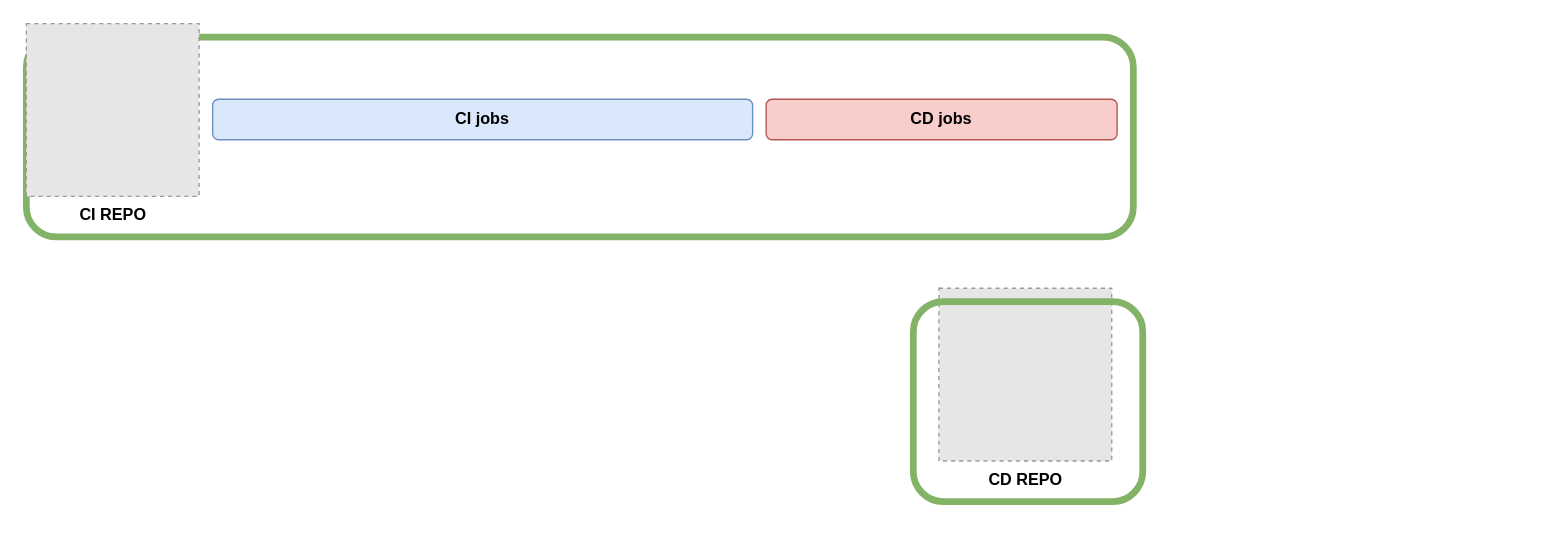
Earlier version of the draw.io diagram Biểu đồ không có tiêu đề.drawio (quanhk711/dev-test-). Source tidied: cells renumbered, new cells numbered last; positions are measured from the earlier drawing's top-left corner, leaving out a move shared by most shapes. Both pictures are drawn from the tidied source at 135%, with x=0, y=0 at pixel (26, 23). Pictures stored in the file or linked from it are replaced by grey dashed boxes.
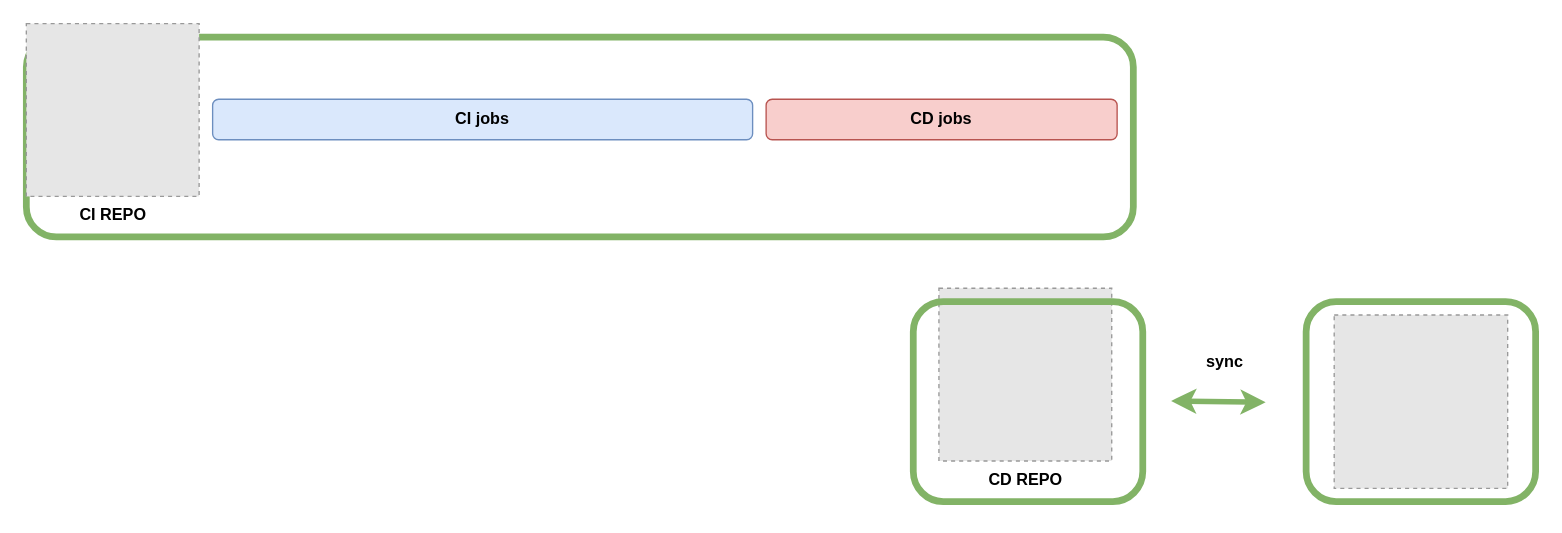
After the change.

Commit message (it also covers changes not shown here):
Cập nhật Biểu đồ không có tiêu đề.drawio

Diff of the diagram source:
```diff
@@
 <mxGraphModel>
   <root>
     <mxCell id="0" />
     <mxCell id="1" parent="0" />
     <mxCell id="2" style="rounded=1;whiteSpace=wrap;html=1;fillColor=none;strokeColor=#82b366;strokeWidth=5;" parent="1" vertex="1">
       <mxGeometry y="10" width="820" height="148" as="geometry" />
     </mxCell>
     <mxCell id="3" value="&lt;b&gt;CI REPO&lt;/b&gt;" style="fillColor=#E6E6E6;strokeColor=#999999;dashed=1;html=1;verticalAlign=top;verticalLabelPosition=bottom;labelBackgroundColor=#ffffff;" parent="1" vertex="1">
       <mxGeometry width="128" height="128" as="geometry" />
     </mxCell>
     <mxCell id="4" value="&lt;b&gt;CD REPO&lt;br&gt;&lt;br&gt;&lt;/b&gt;" style="fillColor=#E6E6E6;strokeColor=#999999;dashed=1;html=1;verticalAlign=top;verticalLabelPosition=bottom;labelBackgroundColor=#ffffff;" parent="1" vertex="1">
       <mxGeometry x="676" y="196" width="128" height="128" as="geometry" />
     </mxCell>
     <mxCell id="5" value="&lt;b&gt;CI jobs&lt;/b&gt;" style="rounded=1;whiteSpace=wrap;html=1;fillColor=#dae8fc;strokeColor=#6c8ebf;" parent="1" vertex="1">
       <mxGeometry x="138" y="56" width="400" height="30" as="geometry" />
     </mxCell>
     <mxCell id="6" value="&lt;b&gt;CD jobs&lt;/b&gt;" style="rounded=1;whiteSpace=wrap;html=1;fillColor=#f8cecc;strokeColor=#b85450;" parent="1" vertex="1">
       <mxGeometry x="548" y="56" width="260" height="30" as="geometry" />
     </mxCell>
     <mxCell id="7" style="rounded=1;whiteSpace=wrap;html=1;fillColor=none;strokeColor=#82b366;strokeWidth=5;" parent="1" vertex="1">
       <mxGeometry x="657" y="206" width="170" height="148" as="geometry" />
     </mxCell>
+    <mxCell id="8" style="fillColor=#E6E6E6;strokeColor=#999999;dashed=1;verticalLabelPosition=bottom;labelBackgroundColor=default;verticalAlign=top;" parent="1" vertex="1">
+      <mxGeometry x="968.8" y="215.8" width="128.5" height="128.5" as="geometry" />
+    </mxCell>
+    <mxCell id="9" style="rounded=1;whiteSpace=wrap;html=1;fillColor=none;strokeColor=#82b366;strokeWidth=5;" parent="1" vertex="1">
+      <mxGeometry x="948" y="206" width="170" height="148" as="geometry" />
+    </mxCell>
+    <mxCell id="10" style="endArrow=classic;startArrow=classic;html=1;rounded=0;strokeWidth=4;fillColor=#d5e8d4;strokeColor=#82b366;" parent="1" edge="1">
+      <mxGeometry relative="1" as="geometry">
+        <mxPoint x="848" y="279.5" as="sourcePoint" />
+        <mxPoint x="918" y="280.5" as="targetPoint" />
+      </mxGeometry>
+    </mxCell>
+    <mxCell id="11" value="&lt;b&gt;sync&lt;/b&gt;" style="text;html=1;strokeColor=none;fillColor=none;align=center;verticalAlign=middle;whiteSpace=wrap;rounded=0;" parent="1" vertex="1">
+      <mxGeometry x="858" y="236" width="60" height="30" as="geometry" />
+    </mxCell>
   </root>
 </mxGraphModel>
```
